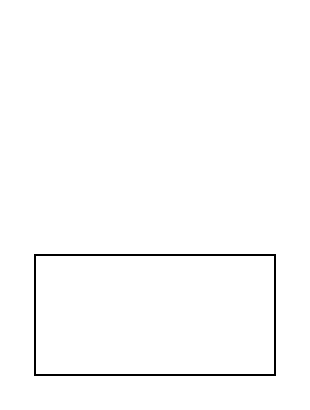
kkn1125/draw-io keeps this draw.io diagram as 제목 없는 다이어그램.drawio. Above is the earlier version. Source tidied: cells renumbered, new cells numbered last; positions are measured from the earlier drawing's top-left corner, leaving out a move shared by most shapes. Both pictures are drawn from the tidied source at 200%, with x=0, y=0 at pixel (34, 254).
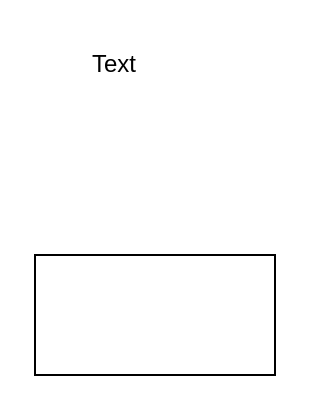
The same page after the edit.

Commit message (it also covers changes not shown here):
제목 없는 다이어그램.drawio 업데이트

The edit, as a diff of the source:
```diff
@@
 <mxGraphModel>
   <root>
     <mxCell id="0" />
     <mxCell id="1" parent="0" />
     <mxCell id="2" style="rounded=0;whiteSpace=wrap;html=1;" parent="1" vertex="1">
       <mxGeometry width="120" height="60" as="geometry" />
     </mxCell>
+    <mxCell id="3" value="Text" style="text;html=1;strokeColor=none;fillColor=none;align=center;verticalAlign=middle;whiteSpace=wrap;rounded=0;" parent="1" vertex="1">
+      <mxGeometry x="10" y="-110" width="60" height="30" as="geometry" />
+    </mxCell>
   </root>
 </mxGraphModel>
```
